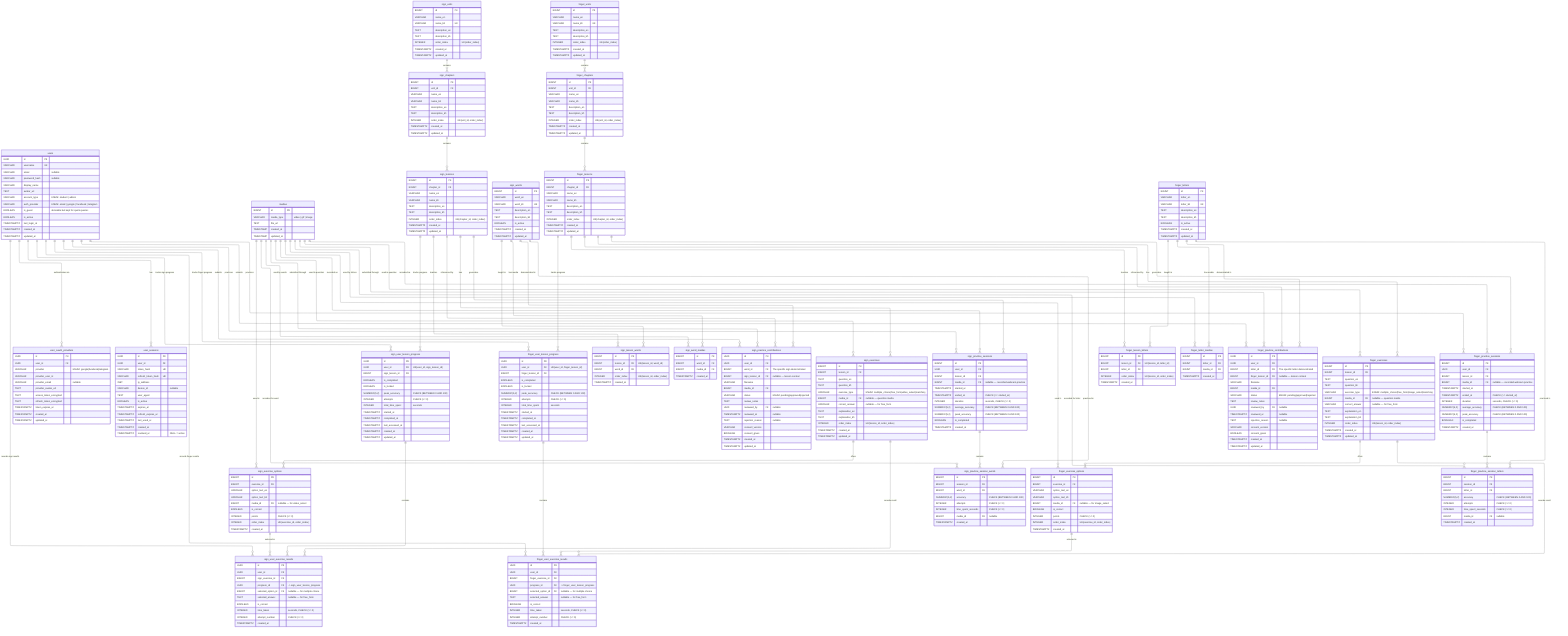
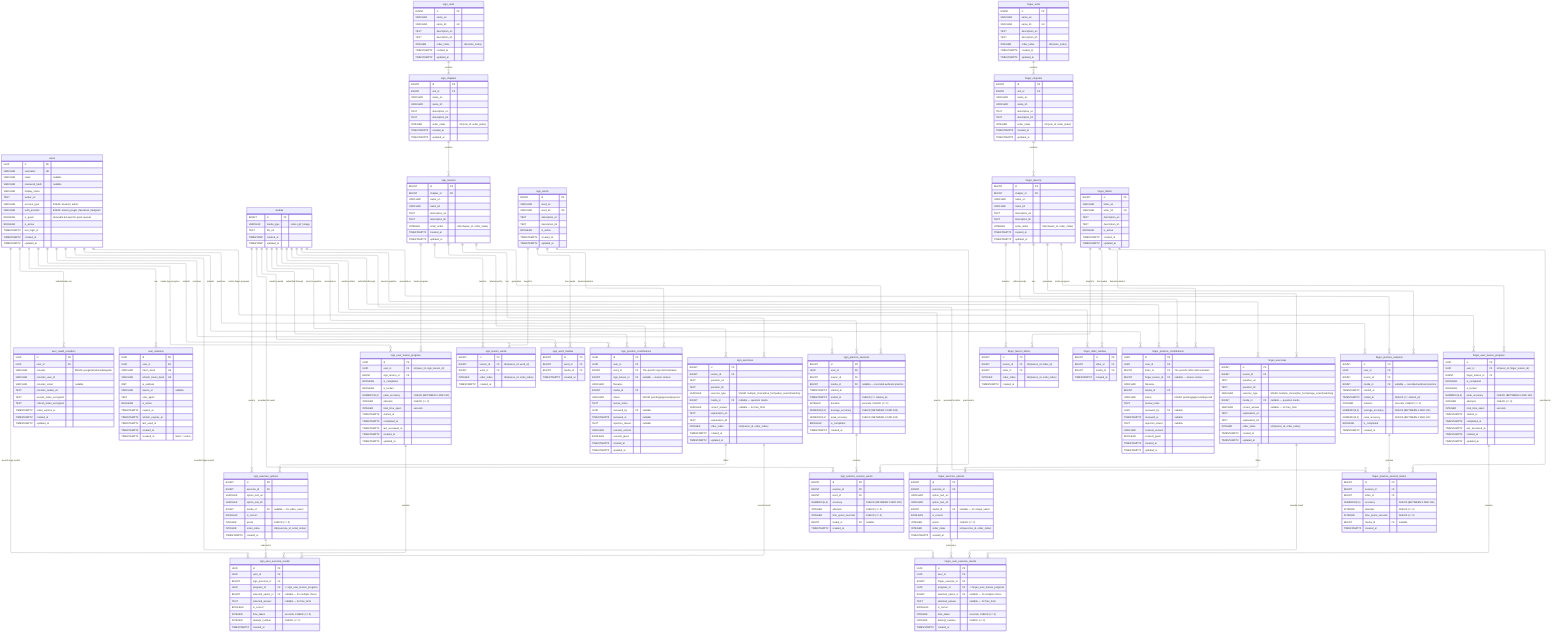
---
config:
  layout: elk
---
erDiagram
	direction TB

	users {
		UUID id PK ""
		VARCHAR username UK ""
		VARCHAR email "nullable"
		VARCHAR password_hash "nullable"
		VARCHAR display_name ""
		TEXT avatar_url ""
		VARCHAR account_type "ENUM: student | admin"
		VARCHAR auth_provider "ENUM: email | google | facebook | telegram"
		BOOLEAN is_guest "derivable but kept for quick queries"
		BOOLEAN is_active ""
		TIMESTAMPTZ last_login_at ""
		TIMESTAMPTZ created_at ""
		TIMESTAMPTZ updated_at ""
	}

	user_oauth_providers {
		UUID id PK ""
		UUID user_id FK ""
		VARCHAR provider "ENUM: google|facebook|telegram"
		VARCHAR provider_user_id ""
		VARCHAR provider_email "nullable"
		TEXT provider_avatar_url ""
		TEXT access_token_encrypted ""
		TEXT refresh_token_encrypted ""
		TIMESTAMPTZ token_expires_at ""
		TIMESTAMPTZ created_at ""
		TIMESTAMPTZ updated_at ""
		%% UK(provider, provider_user_id)
	}

	user_sessions {
		UUID id PK ""
		UUID user_id FK ""
		VARCHAR token_hash UK ""
		VARCHAR refresh_token_hash UK ""
		INET ip_address ""
		VARCHAR device_id "nullable"
		TEXT user_agent ""
		BOOLEAN is_active ""
		TIMESTAMPTZ expires_at ""
		TIMESTAMPTZ refresh_expires_at ""
		TIMESTAMPTZ last_used_at ""
		TIMESTAMPTZ created_at ""
		TIMESTAMPTZ revoked_at "NULL = active"
	}

	sign_user_lesson_progress {
		UUID id PK ""
		UUID user_id FK "UK(user_id, sign_lesson_id)"
		BIGINT sign_lesson_id FK ""
		BOOLEAN is_completed ""
		BOOLEAN is_locked ""
		NUMERIC(5,2) peak_accuracy "CHECK (BETWEEN 0 AND 100)"
		INTEGER attempts "CHECK (>= 0)"
		INTEGER total_time_spent "seconds"
		TIMESTAMPTZ started_at ""
		TIMESTAMPTZ completed_at ""
		TIMESTAMPTZ last_accessed_at ""
		TIMESTAMPTZ created_at ""
		TIMESTAMPTZ updated_at ""
	}

- 	finger_user_lesson_progress {
- 		UUID id PK ""
- 		UUID user_id FK "UK(user_id, finger_lesson_id)"
- 		BIGINT finger_lesson_id FK ""
- 		BOOLEAN is_completed ""
- 		BOOLEAN is_locked ""
- 		NUMERIC(5,2) peak_accuracy "CHECK (BETWEEN 0 AND 100)"
- 		INTEGER attempts "CHECK (>= 0)"
- 		INTEGER total_time_spent "seconds"
- 		TIMESTAMPTZ started_at ""
- 		TIMESTAMPTZ completed_at ""
- 		TIMESTAMPTZ last_accessed_at ""
- 		TIMESTAMPTZ created_at ""
- 		TIMESTAMPTZ updated_at ""
- 	}
- 
	sign_user_exercise_results {
		UUID id PK ""
		UUID user_id FK ""
		BIGINT sign_exercise_id FK ""
		UUID progress_id FK "-> sign_user_lesson_progress"
- 		BIGINT selected_option_id FK "nullable — for multiple choice"
- 		TEXT selected_answer "nullable — for free_form"
- 		BOOLEAN is_correct ""
- 		INTEGER time_taken "seconds, CHECK (>= 0)"
- 		INTEGER attempt_number "CHECK (>= 0)"
- 		TIMESTAMPTZ created_at ""
- 	}
- 
- 	finger_user_exercise_results {
- 		UUID id PK ""
- 		UUID user_id FK ""
- 		BIGINT finger_exercise_id FK ""
- 		UUID progress_id FK "-> finger_user_lesson_progress"
		BIGINT selected_option_id FK "nullable — for multiple choice"
		TEXT selected_answer "nullable — for free_form"
		BOOLEAN is_correct ""
		INTEGER time_taken "seconds, CHECK (>= 0)"
		INTEGER attempt_number "CHECK (>= 0)"
		TIMESTAMPTZ created_at ""
	}

	medias {
		BIGINT id PK ""
		VARCHAR media_type  "video | gif | image"
		TEXT file_url  ""
		TIMESTAMP created_at  ""
		TIMESTAMP updated_at  ""
	}

	sign_units {
		BIGINT id PK ""
		VARCHAR name_en ""
		VARCHAR name_kh UK ""
		TEXT description_en ""
		TEXT description_kh ""
		INTEGER order_index "UK(order_index)"
		TIMESTAMPTZ created_at ""
		TIMESTAMPTZ updated_at ""
	}

	sign_chapters {
		BIGINT id PK ""
		BIGINT unit_id FK ""
		VARCHAR name_en ""
		VARCHAR name_kh ""
		TEXT description_en ""
		TEXT description_kh ""
		INTEGER order_index "UK(unit_id, order_index)"
		TIMESTAMPTZ created_at ""
		TIMESTAMPTZ updated_at ""
	}

	sign_lessons {
		BIGINT id PK ""
		BIGINT chapter_id FK ""
		VARCHAR name_en ""
		VARCHAR name_kh ""
		TEXT description_en ""
		TEXT description_kh ""
		INTEGER order_index "UK(chapter_id, order_index)"
		TIMESTAMPTZ created_at ""
		TIMESTAMPTZ updated_at ""
	}

	sign_words {
		BIGINT id PK ""
		VARCHAR word_en ""
		VARCHAR word_kh UK ""
		TEXT description_en ""
		TEXT description_kh ""
		BOOLEAN is_active ""
		TIMESTAMPTZ created_at ""
		TIMESTAMPTZ updated_at ""
	}

	sign_lesson_words {
		BIGINT id PK ""
		BIGINT lesson_id FK "UK(lesson_id, word_id)"
		BIGINT word_id FK ""
		INTEGER order_index "UK(lesson_id, order_index)"
		TIMESTAMPTZ created_at ""
	}

	sign_word_medias {
		BIGINT id PK ""
		BIGINT word_id FK ""
		BIGINT media_id FK ""
		TIMESTAMPTZ created_at ""
	}

	sign_practice_contributions {
		UUID id PK ""
		UUID user_id FK ""
		BIGINT word_id FK "The specific sign demonstrated"
		BIGINT sign_lesson_id FK "nullable — lesson context"
		VARCHAR filename ""
		BIGINT media_id FK ""
		VARCHAR status "ENUM: pending|approved|rejected"
		TEXT review_notes ""
		UUID reviewed_by FK "nullable"
		TIMESTAMPTZ reviewed_at "nullable"
		TEXT rejection_reason "nullable"
		VARCHAR consent_version ""
		BOOLEAN consent_given ""
		TIMESTAMPTZ created_at ""
		TIMESTAMPTZ updated_at ""
	}

	sign_exercises {
		BIGINT id PK ""
		BIGINT lesson_id FK ""
		TEXT question_en ""
		TEXT question_kh ""
		VARCHAR exercise_type "ENUM: multiple_choice|free_form|video_select|matching"
		BIGINT media_id FK "nullable — question media"
		VARCHAR correct_answer "nullable — for free_form"
		TEXT explanation_en ""
		TEXT explanation_kh ""
		INTEGER order_index "UK(lesson_id, order_index)"
		TIMESTAMPTZ created_at ""
		TIMESTAMPTZ updated_at ""
	}

	sign_exercise_options {
		BIGINT id PK ""
		BIGINT exercise_id FK ""
		VARCHAR option_text_en ""
		VARCHAR option_text_kh ""
		BIGINT media_id FK "nullable — for video_select"
		BOOLEAN is_correct ""
		INTEGER points "CHECK (>= 0)"
		INTEGER order_index "UK(exercise_id, order_index)"
		TIMESTAMPTZ created_at ""
	}

	sign_practice_sessions {
		BIGINT id PK ""
		UUID user_id FK ""
		BIGINT lesson_id FK ""
		BIGINT media_id FK "nullable — recorded webcam practice"
		TIMESTAMPTZ started_at ""
		TIMESTAMPTZ ended_at "CHECK (>= started_at)"
		INTEGER duration "seconds, CHECK (>= 0)"
		NUMERIC(5,2) average_accuracy "CHECK (BETWEEN 0 AND 100)"
		NUMERIC(5,2) peak_accuracy "CHECK (BETWEEN 0 AND 100)"
		BOOLEAN is_completed ""
		TIMESTAMPTZ created_at ""
	}

	sign_practice_session_words {
		BIGINT id PK ""
		BIGINT session_id FK ""
		BIGINT word_id FK ""
		NUMERIC(5,2) accuracy "CHECK (BETWEEN 0 AND 100)"
		INTEGER attempts "CHECK (>= 0)"
		INTEGER time_spent_seconds "CHECK (>= 0)"
		BIGINT media_id FK "nullable"
		TIMESTAMPTZ created_at ""
	}

	finger_units {
		BIGINT id PK ""
		VARCHAR name_en ""
		VARCHAR name_kh UK ""
		TEXT description_en ""
		TEXT description_kh ""
		INTEGER order_index "UK(order_index)"
		TIMESTAMPTZ created_at ""
		TIMESTAMPTZ updated_at ""
	}

	finger_chapters {
		BIGINT id PK ""
		BIGINT unit_id FK ""
		VARCHAR name_en ""
		VARCHAR name_kh ""
		TEXT description_en ""
		TEXT description_kh ""
		INTEGER order_index "UK(unit_id, order_index)"
		TIMESTAMPTZ created_at ""
		TIMESTAMPTZ updated_at ""
	}

	finger_lessons {
		BIGINT id PK ""
		BIGINT chapter_id FK ""
		VARCHAR name_en ""
		VARCHAR name_kh ""
		TEXT description_en ""
		TEXT description_kh ""
		INTEGER order_index "UK(chapter_id, order_index)"
		TIMESTAMPTZ created_at ""
		TIMESTAMPTZ updated_at ""
	}

	finger_letters {
		BIGINT id PK ""
		VARCHAR letter_en ""
		VARCHAR letter_kh UK ""
		TEXT description_en ""
		TEXT description_kh ""
		BOOLEAN is_active ""
		TIMESTAMPTZ created_at ""
		TIMESTAMPTZ updated_at ""
	}

	finger_lesson_letters {
		BIGINT id PK ""
		BIGINT lesson_id FK "UK(lesson_id, letter_id)"
		BIGINT letter_id FK ""
		INTEGER order_index "UK(lesson_id, order_index)"
		TIMESTAMPTZ created_at ""
	}

	finger_letter_medias {
		BIGINT id PK ""
		BIGINT letter_id FK ""
		BIGINT media_id FK ""
		TIMESTAMPTZ created_at ""
	}

	finger_practice_contributions {
		UUID id PK ""
		UUID user_id FK ""
		BIGINT letter_id FK "The specific letter demonstrated"
		BIGINT finger_lesson_id FK "nullable — lesson context"
		VARCHAR filename ""
		BIGINT media_id FK ""
		VARCHAR status "ENUM: pending|approved|rejected"
		TEXT review_notes ""
		UUID reviewed_by FK "nullable"
		TIMESTAMPTZ reviewed_at "nullable"
		TEXT rejection_reason "nullable"
		VARCHAR consent_version ""
		BOOLEAN consent_given ""
		TIMESTAMPTZ created_at ""
		TIMESTAMPTZ updated_at ""
	}

	finger_exercises {
		BIGINT id PK ""
		BIGINT lesson_id FK ""
		TEXT question_en ""
		TEXT question_kh ""
		VARCHAR exercise_type "ENUM: multiple_choice|free_form|image_select|matching"
		BIGINT media_id FK "nullable — question media"
		VARCHAR correct_answer "nullable — for free_form"
		TEXT explanation_en ""
		TEXT explanation_kh ""
		INTEGER order_index "UK(lesson_id, order_index)"
		TIMESTAMPTZ created_at ""
		TIMESTAMPTZ updated_at ""
	}

	finger_exercise_options {
		BIGINT id PK ""
		BIGINT exercise_id FK ""
		VARCHAR option_text_en ""
		VARCHAR option_text_kh ""
		BIGINT media_id FK "nullable — for image_select"
		BOOLEAN is_correct ""
		INTEGER points "CHECK (>= 0)"
		INTEGER order_index "UK(exercise_id, order_index)"
		TIMESTAMPTZ created_at ""
	}

	finger_practice_sessions {
		BIGINT id PK ""
		UUID user_id FK ""
		BIGINT lesson_id FK ""
		BIGINT media_id FK "nullable — recorded webcam practice"
		TIMESTAMPTZ started_at ""
		TIMESTAMPTZ ended_at "CHECK (>= started_at)"
		INTEGER duration "seconds, CHECK (>= 0)"
		NUMERIC(5,2) average_accuracy "CHECK (BETWEEN 0 AND 100)"
		NUMERIC(5,2) peak_accuracy "CHECK (BETWEEN 0 AND 100)"
		BOOLEAN is_completed ""
		TIMESTAMPTZ created_at ""
	}

	finger_practice_session_letters {
		BIGINT id PK ""
		BIGINT session_id FK ""
		BIGINT letter_id FK ""
		NUMERIC(5,2) accuracy "CHECK (BETWEEN 0 AND 100)"
		INTEGER attempts "CHECK (>= 0)"
		INTEGER time_spent_seconds "CHECK (>= 0)"
		BIGINT media_id FK "nullable"
		TIMESTAMPTZ created_at ""
	}

+ 	finger_user_lesson_progress {
+ 		UUID id PK ""
+ 		UUID user_id FK "UK(user_id, finger_lesson_id)"
+ 		BIGINT finger_lesson_id FK ""
+ 		BOOLEAN is_completed ""
+ 		BOOLEAN is_locked ""
+ 		NUMERIC(5,2) peak_accuracy "CHECK (BETWEEN 0 AND 100)"
+ 		INTEGER attempts "CHECK (>= 0)"
+ 		INTEGER total_time_spent "seconds"
+ 		TIMESTAMPTZ started_at ""
+ 		TIMESTAMPTZ completed_at ""
+ 		TIMESTAMPTZ last_accessed_at ""
+ 		TIMESTAMPTZ created_at ""
+ 		TIMESTAMPTZ updated_at ""
+ 	}
+ 
+ 	finger_user_exercise_results {
+ 		UUID id PK ""
+ 		UUID user_id FK ""
+ 		BIGINT finger_exercise_id FK ""
+ 		UUID progress_id FK "-> finger_user_lesson_progress"
+ 		BIGINT selected_option_id FK "nullable — for multiple choice"
+ 		TEXT selected_answer "nullable — for free_form"
+ 		BOOLEAN is_correct ""
+ 		INTEGER time_taken "seconds, CHECK (>= 0)"
+ 		INTEGER attempt_number "CHECK (>= 0)"
+ 		TIMESTAMPTZ created_at ""
+ 	}
+ 
+ 
	users ||--o{ user_oauth_providers : "authenticates via"
	users ||--o{ user_sessions : "has"
	users ||--o{ sign_user_lesson_progress : "tracks sign progress"
	users ||--o{ finger_user_lesson_progress : "tracks finger progress"
	users ||--o{ sign_user_exercise_results : "records sign results"
	users ||--o{ finger_user_exercise_results : "records finger results"
	users ||--o{ sign_practice_contributions : "submits"
	users ||--o{ finger_practice_contributions : "submits"
	users ||--o{ sign_practice_sessions : "practices"
	users ||--o{ finger_practice_sessions : "practices"


	sign_user_lesson_progress ||--o{ sign_user_exercise_results : "contains"
	finger_user_lesson_progress ||--o{ finger_user_exercise_results : "contains"

	sign_lessons ||--o{ sign_user_lesson_progress : "tracks progress"
	finger_lessons ||--o{ finger_user_lesson_progress : "tracks progress"

	sign_exercises ||--o{ sign_user_exercise_results : "records result"
	sign_exercise_options ||--o{ sign_user_exercise_results : "selected in"

	finger_exercises ||--o{ finger_user_exercise_results : "records result"
	finger_exercise_options ||--o{ finger_user_exercise_results : "selected in"

	sign_units ||--o{ sign_chapters : "contains"
	sign_chapters ||--o{ sign_lessons : "contains"
	sign_lessons ||--o{ sign_lesson_words : "teaches"
	sign_words ||--o{ sign_lesson_words : "taught in"

	sign_lessons ||--o{ sign_exercises : "has"
	sign_exercises ||--o{ sign_exercise_options : "offers"

	medias ||--o{ sign_exercise_options : "used in"
	medias ||--o{ sign_exercises : "used in question"

	sign_lessons ||--o{ sign_practice_sessions : "generates"
	sign_practice_sessions ||--o{ sign_practice_session_words : "contains"
	sign_words ||--o{ sign_practice_session_words : "practiced in"
	medias ||--o{ sign_practice_session_words : "recorded for word"

	finger_units ||--o{ finger_chapters : "contains"
	finger_chapters ||--o{ finger_lessons : "contains"
	finger_lessons ||--o{ finger_lesson_letters : "teaches"
	finger_letters ||--o{ finger_lesson_letters : "taught in"

	finger_lessons ||--o{ finger_exercises : "has"
	finger_exercises ||--o{ finger_exercise_options : "offers"

	medias ||--o{ finger_exercise_options : "used in"
	medias ||--o{ finger_exercises : "used in question"

	sign_words ||--o{ sign_word_medias : "has media"
	medias ||--o{ sign_word_medias : "used by words"

	finger_letters ||--o{ finger_letter_medias : "has media"
	medias ||--o{ finger_letter_medias : "used by letters"

	medias ||--o{ sign_practice_contributions : "submitted through"
	sign_words ||--o{ sign_practice_contributions : "demonstrated in"
	sign_lessons ||--o{ sign_practice_contributions : "referenced by"

	medias ||--o{ finger_practice_contributions : "submitted through"
	finger_letters ||--o{ finger_practice_contributions : "demonstrated in"
	finger_lessons ||--o{ finger_practice_contributions : "referenced by"

	medias ||--o{ sign_practice_sessions : "recorded as"
	medias ||--o{ finger_practice_sessions : "recorded as"

	finger_lessons ||--o{ finger_practice_sessions : "generates"
	finger_practice_sessions ||--o{ finger_practice_session_letters : "contains"
	finger_letters ||--o{ finger_practice_session_letters : "practiced in"
	medias ||--o{ finger_practice_session_letters : "recorded for letter"
